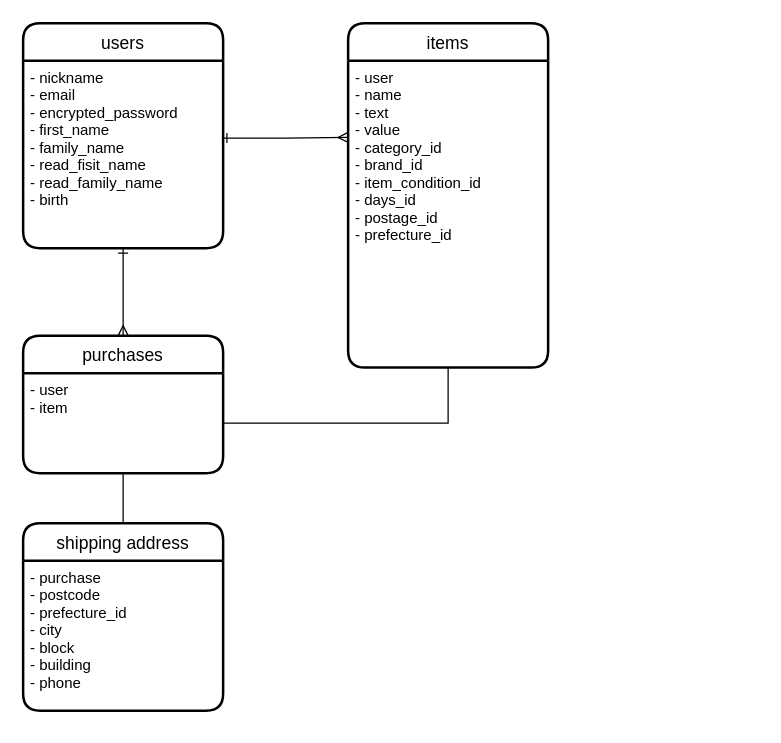
Earlier version of the draw.io diagram app/views/table.dio (kotaro0217/seasy). Source tidied: cells renumbered, new cells numbered last; positions are measured from the earlier drawing's top-left corner, leaving out a move shared by most shapes. Both pictures are drawn from the tidied source at 125%, with x=0, y=0 at pixel (22, 22).
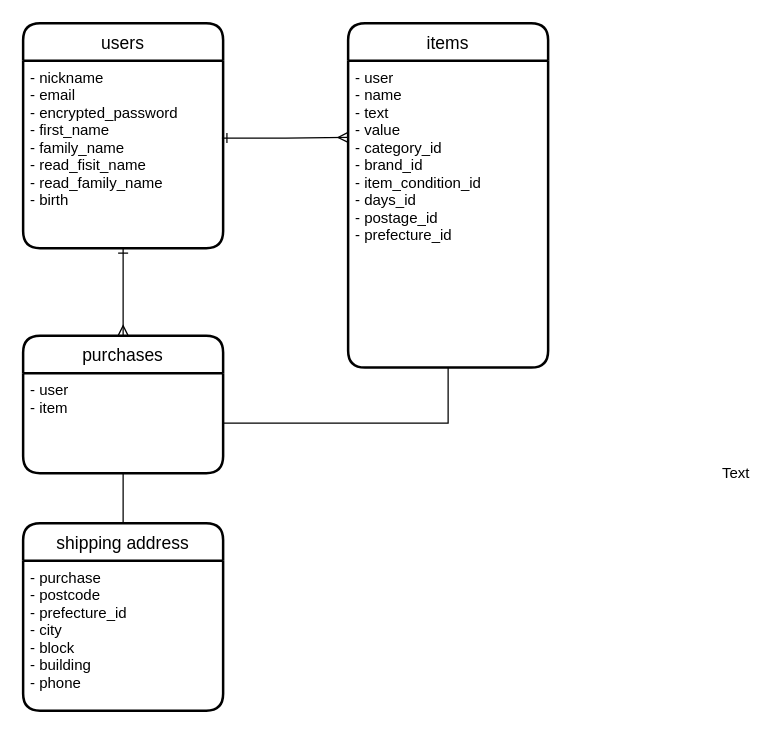
Above is the later version.

Diff of the diagram source:
```diff
@@
 <mxGraphModel>
   <root>
     <mxCell id="0" />
     <mxCell id="1" parent="0" />
     <mxCell id="2" value="items" style="swimlane;horizontal=1;startSize=30;rounded=1;fontSize=14;fontStyle=0;strokeWidth=2;shadow=0;dashed=0;align=center;fillColor=none;" parent="1" vertex="1">
       <mxGeometry x="260" width="160" height="275.5" as="geometry" />
     </mxCell>
     <mxCell id="3" style="edgeStyle=orthogonalEdgeStyle;rounded=0;orthogonalLoop=1;jettySize=auto;html=1;exitX=0.5;exitY=1;exitDx=0;exitDy=0;" parent="2" edge="1" source="4" target="4">
       <mxGeometry relative="1" as="geometry" />
     </mxCell>
     <mxCell id="4" value="- user&#10;- name&#10;- text&#10;- value&#10;- category_id&#10;- brand_id&#10;- item_condition_id&#10;- days_id&#10;- postage_id&#10;- prefecture_id" style="align=left;strokeColor=none;fillColor=none;spacingLeft=4;fontSize=12;verticalAlign=top;" parent="2" vertex="1">
       <mxGeometry y="30" width="160" height="245.5" as="geometry" />
     </mxCell>
     <mxCell id="5" value="users" style="swimlane;horizontal=1;startSize=30;rounded=1;fontSize=14;fontStyle=0;strokeWidth=2;shadow=0;dashed=0;align=center;fillColor=none;" parent="1" vertex="1">
       <mxGeometry width="160" height="180" as="geometry" />
     </mxCell>
     <mxCell id="6" value="- nickname&#10;- email&#10;- encrypted_password&#10;- first_name&#10;- family_name&#10;- read_fisit_name&#10;- read_family_name&#10;- birth" style="align=left;strokeColor=none;fillColor=none;spacingLeft=4;fontSize=12;verticalAlign=top;" parent="5" vertex="1">
       <mxGeometry y="30" width="160" height="150" as="geometry" />
     </mxCell>
     <mxCell id="7" value="shipping address" style="swimlane;horizontal=1;startSize=30;rounded=1;fontSize=14;fontStyle=0;strokeWidth=2;shadow=0;dashed=0;align=center;fillColor=none;" parent="1" vertex="1">
       <mxGeometry y="400" width="160" height="150" as="geometry" />
     </mxCell>
     <mxCell id="8" value="- purchase&#10;- postcode&#10;- prefecture_id&#10;- city&#10;- block&#10;- building&#10;- phone&#10;&#10;" style="align=left;strokeColor=none;fillColor=none;spacingLeft=4;fontSize=12;verticalAlign=top;" parent="7" vertex="1">
       <mxGeometry y="30" width="160" height="120" as="geometry" />
     </mxCell>
     <mxCell id="9" style="edgeStyle=orthogonalEdgeStyle;rounded=0;orthogonalLoop=1;jettySize=auto;html=1;exitX=0.5;exitY=1;exitDx=0;exitDy=0;" parent="7" edge="1" source="8" target="8">
       <mxGeometry relative="1" as="geometry" />
     </mxCell>
     <mxCell id="10" value="purchases" style="swimlane;horizontal=1;startSize=30;rounded=1;fontSize=14;fontStyle=0;strokeWidth=2;shadow=0;dashed=0;align=center;" parent="1" vertex="1">
       <mxGeometry y="250" width="160" height="110" as="geometry" />
     </mxCell>
     <mxCell id="11" value="- user&#10;- item" style="align=left;strokeColor=none;fillColor=none;spacingLeft=4;fontSize=12;verticalAlign=top;" parent="10" vertex="1">
       <mxGeometry y="30" width="160" height="80" as="geometry" />
     </mxCell>
     <mxCell id="12" style="edgeStyle=orthogonalEdgeStyle;rounded=0;jettySize=auto;html=1;exitX=0.5;exitY=1;exitDx=0;exitDy=0;endArrow=none;endFill=0;" parent="1" edge="1" source="11" target="7">
       <mxGeometry relative="1" as="geometry" />
     </mxCell>
     <mxCell id="13" style="edgeStyle=orthogonalEdgeStyle;rounded=0;jettySize=auto;html=1;exitX=0.5;exitY=1;exitDx=0;exitDy=0;entryX=1;entryY=0.5;entryDx=0;entryDy=0;startArrow=none;startFill=0;endArrow=none;endFill=0;" parent="1" edge="1" source="4" target="11">
       <mxGeometry relative="1" as="geometry">
         <Array as="points">
           <mxPoint x="340" y="320" />
         </Array>
       </mxGeometry>
     </mxCell>
     <mxCell id="14" style="edgeStyle=orthogonalEdgeStyle;rounded=0;jettySize=auto;html=1;exitX=0.994;exitY=0.413;exitDx=0;exitDy=0;entryX=0;entryY=0.25;entryDx=0;entryDy=0;exitPerimeter=0;endArrow=ERmany;endFill=0;startArrow=ERone;startFill=0;" parent="1" edge="1" source="6" target="4">
       <mxGeometry relative="1" as="geometry" />
     </mxCell>
     <mxCell id="15" style="edgeStyle=orthogonalEdgeStyle;rounded=0;jettySize=auto;html=1;exitX=0.5;exitY=1;exitDx=0;exitDy=0;entryX=0.5;entryY=0;entryDx=0;entryDy=0;endArrow=ERmany;endFill=0;startArrow=ERone;startFill=0;" parent="1" edge="1" source="6" target="10">
       <mxGeometry relative="1" as="geometry" />
     </mxCell>
+    <mxCell id="16" value="Text" style="text;html=1;align=center;verticalAlign=middle;strokeColor=none;" parent="1" vertex="1">
+      <mxGeometry x="550" y="350" width="40" height="20" as="geometry" />
+    </mxCell>
   </root>
 </mxGraphModel>
```
